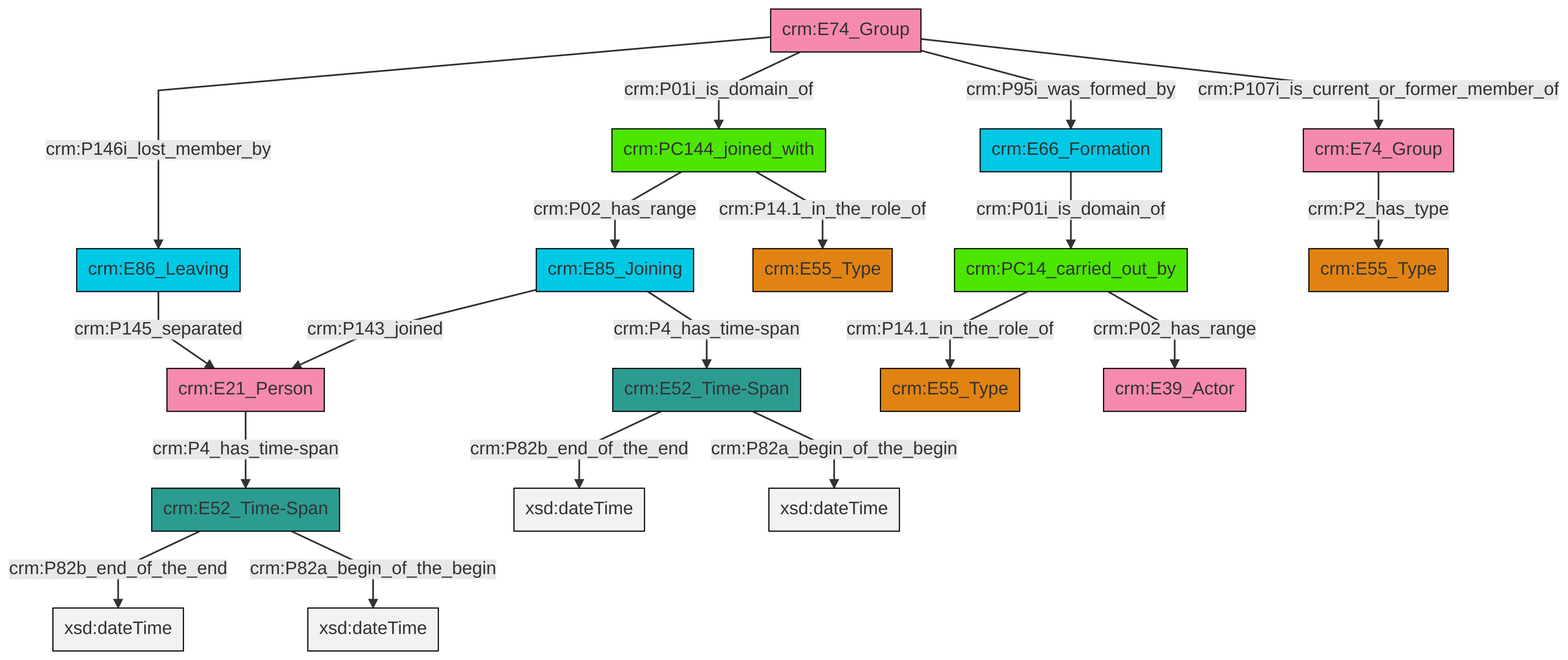
Before: et/groupCSV/ttl/mmd/png/group_actor_relations.png, a diagram exported from Mermaid (swiss-art-research-net/docs.swissartresearch). Its source is kept beside it as et/groupCSV/ttl/mmd/group_actor_relations.ttl.mmd.
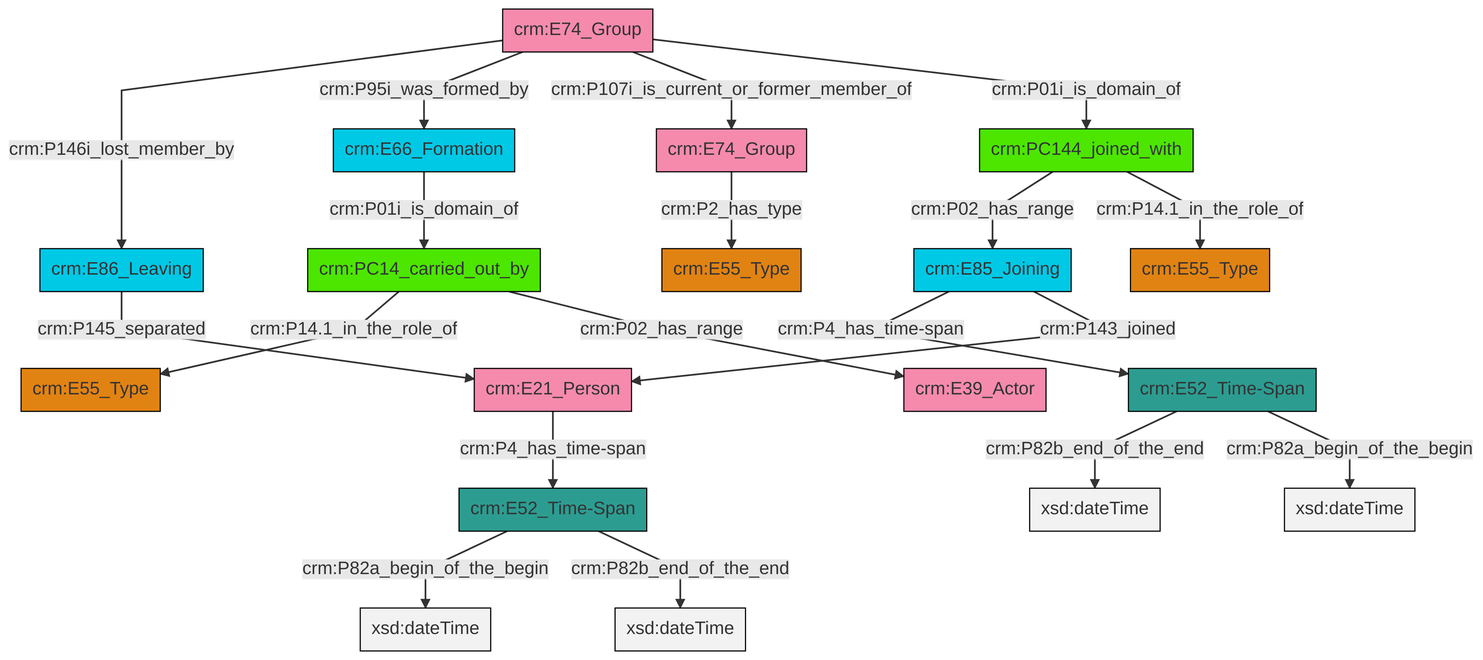
After the commit.

Diff of the diagram source:
```diff
@@ -13,21 +13,21 @@
 classDef PC_Classes fill:#4ce600, stroke:#000000;
 classDef Multi fill:#cccccc,stroke:#000000;
 
-2["crm:E85_Joining"]:::Temporal_Entity -->|crm:P143_joined| 3["crm:E21_Person"]:::Actor
-4["crm:E74_Group"]:::Actor -->|crm:P95i_was_formed_by| 8["crm:E66_Formation"]:::Temporal_Entity
-9["crm:E52_Time-Span"]:::Time-Span -->|crm:P82b_end_of_the_end| 10[xsd:dateTime]:::Literal
-13["crm:PC144_joined_with"]:::PC_Classes -->|crm:P14.1_in_the_role_of| 6["crm:E55_Type"]:::Type
-14["crm:E52_Time-Span"]:::Time-Span -->|crm:P82b_end_of_the_end| 15[xsd:dateTime]:::Literal
-4["crm:E74_Group"]:::Actor -->|crm:P01i_is_domain_of| 13["crm:PC144_joined_with"]:::PC_Classes
-3["crm:E21_Person"]:::Actor -->|crm:P4_has_time-span| 9["crm:E52_Time-Span"]:::Time-Span
-0["crm:E86_Leaving"]:::Temporal_Entity -->|crm:P145_separated| 3["crm:E21_Person"]:::Actor
-18["crm:E74_Group"]:::Actor -->|crm:P2_has_type| 16["crm:E55_Type"]:::Type
-9["crm:E52_Time-Span"]:::Time-Span -->|crm:P82a_begin_of_the_begin| 24[xsd:dateTime]:::Literal
-11["crm:PC14_carried_out_by"]:::PC_Classes -->|crm:P14.1_in_the_role_of| 21["crm:E55_Type"]:::Type
-14["crm:E52_Time-Span"]:::Time-Span -->|crm:P82a_begin_of_the_begin| 27[xsd:dateTime]:::Literal
-13["crm:PC144_joined_with"]:::PC_Classes -->|crm:P02_has_range| 2["crm:E85_Joining"]:::Temporal_Entity
-8["crm:E66_Formation"]:::Temporal_Entity -->|crm:P01i_is_domain_of| 11["crm:PC14_carried_out_by"]:::PC_Classes
-4["crm:E74_Group"]:::Actor -->|crm:P107i_is_current_or_former_member_of| 18["crm:E74_Group"]:::Actor
-4["crm:E74_Group"]:::Actor -->|crm:P146i_lost_member_by| 0["crm:E86_Leaving"]:::Temporal_Entity
-2["crm:E85_Joining"]:::Temporal_Entity -->|crm:P4_has_time-span| 14["crm:E52_Time-Span"]:::Time-Span
-11["crm:PC14_carried_out_by"]:::PC_Classes -->|crm:P02_has_range| 30["crm:E39_Actor"]:::Actor
+2["crm:E85_Joining"]:::Temporal_Entity -->|crm:P4_has_time-span| 3["crm:E52_Time-Span"]:::Time-Span
+4["crm:PC14_carried_out_by"]:::PC_Classes -->|crm:P14.1_in_the_role_of| 5["crm:E55_Type"]:::Type
+8["crm:E74_Group"]:::Actor -->|crm:P146i_lost_member_by| 9["crm:E86_Leaving"]:::Temporal_Entity
+8["crm:E74_Group"]:::Actor -->|crm:P95i_was_formed_by| 0["crm:E66_Formation"]:::Temporal_Entity
+9["crm:E86_Leaving"]:::Temporal_Entity -->|crm:P145_separated| 12["crm:E21_Person"]:::Actor
+3["crm:E52_Time-Span"]:::Time-Span -->|crm:P82b_end_of_the_end| 13[xsd:dateTime]:::Literal
+2["crm:E85_Joining"]:::Temporal_Entity -->|crm:P143_joined| 12["crm:E21_Person"]:::Actor
+0["crm:E66_Formation"]:::Temporal_Entity -->|crm:P01i_is_domain_of| 4["crm:PC14_carried_out_by"]:::PC_Classes
+3["crm:E52_Time-Span"]:::Time-Span -->|crm:P82a_begin_of_the_begin| 18[xsd:dateTime]:::Literal
+8["crm:E74_Group"]:::Actor -->|crm:P107i_is_current_or_former_member_of| 24["crm:E74_Group"]:::Actor
+24["crm:E74_Group"]:::Actor -->|crm:P2_has_type| 16["crm:E55_Type"]:::Type
+31["crm:PC144_joined_with"]:::PC_Classes -->|crm:P02_has_range| 2["crm:E85_Joining"]:::Temporal_Entity
+12["crm:E21_Person"]:::Actor -->|crm:P4_has_time-span| 21["crm:E52_Time-Span"]:::Time-Span
+21["crm:E52_Time-Span"]:::Time-Span -->|crm:P82a_begin_of_the_begin| 32[xsd:dateTime]:::Literal
+8["crm:E74_Group"]:::Actor -->|crm:P01i_is_domain_of| 31["crm:PC144_joined_with"]:::PC_Classes
+21["crm:E52_Time-Span"]:::Time-Span -->|crm:P82b_end_of_the_end| 34[xsd:dateTime]:::Literal
+31["crm:PC144_joined_with"]:::PC_Classes -->|crm:P14.1_in_the_role_of| 27["crm:E55_Type"]:::Type
+4["crm:PC14_carried_out_by"]:::PC_Classes -->|crm:P02_has_range| 19["crm:E39_Actor"]:::Actor
```
